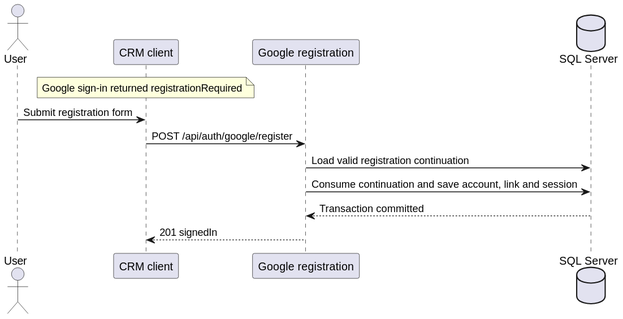
Earlier version of the PlantUML export docs/technical_docs/backend_docs/user_stories/us_073/diagrams/register-with-google.svg (JStec0312/Tutoring-CRM-System).
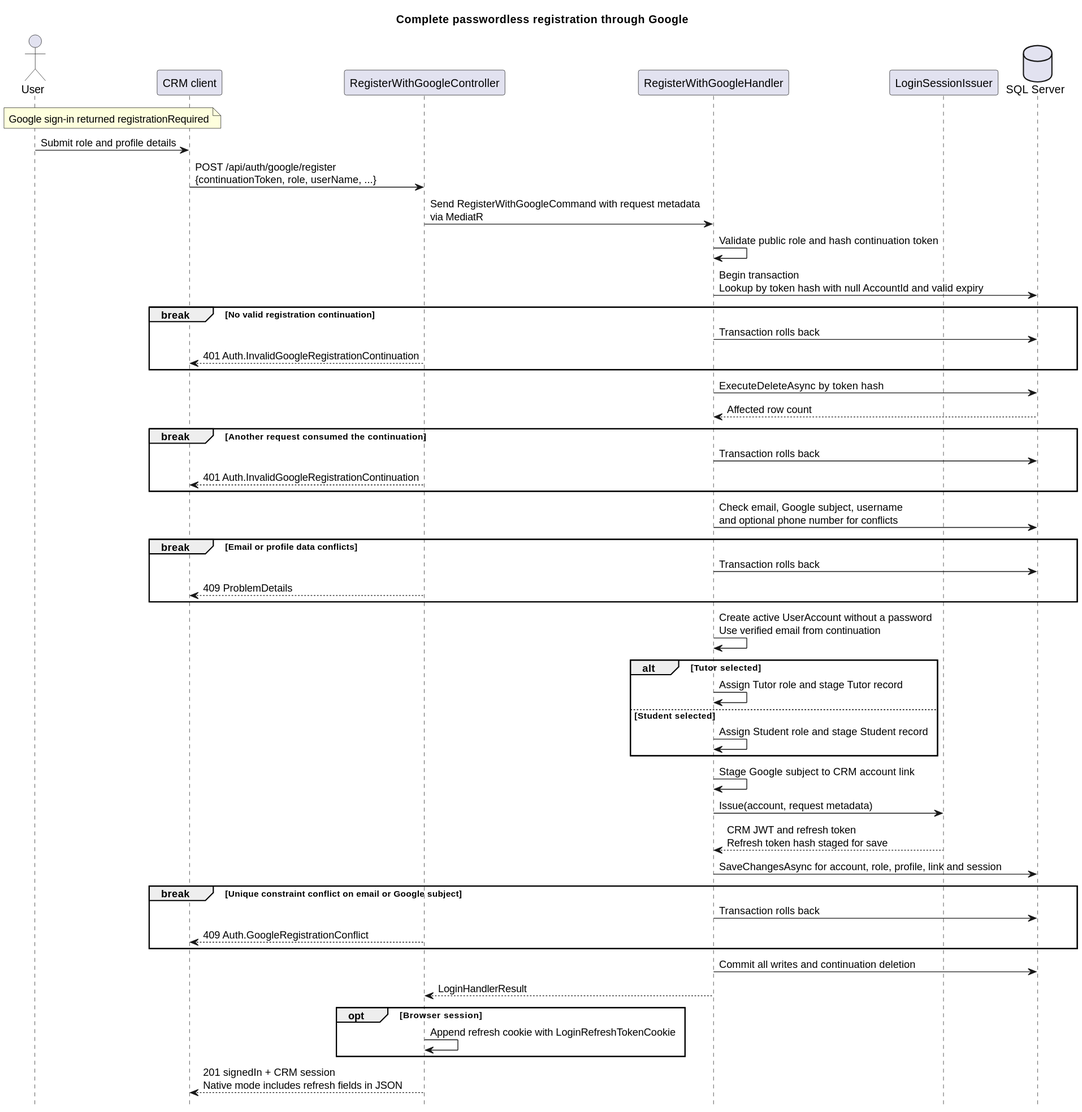
After the change.

Diff of the diagram source:
```diff
@@ -1,14 +1,53 @@
 @startuml
+title Complete passwordless registration through Google
+hide footbox
+
 actor User
 participant "CRM client" as Client
-participant "Google registration" as Registration
+participant RegisterWithGoogleController as Controller
+participant RegisterWithGoogleHandler as Handler
+participant LoginSessionIssuer as Session
 database "SQL Server" as Database
 
-note over Client: Google sign-in returned registrationRequired
-User -> Client: Submit registration form
-Client -> Registration: POST /api/auth/google/register
-Registration -> Database: Load valid registration continuation
-Registration -> Database: Consume continuation and save account, link and session
-Database --> Registration: Transaction committed
-Registration --> Client: 201 signedIn
+note over User,Client: Google sign-in returned registrationRequired
+User -> Client: Submit role and profile details
+Client -> Controller: POST /api/auth/google/register\n{continuationToken, role, userName, ...}
+Controller -> Handler: Send RegisterWithGoogleCommand with request metadata\nvia MediatR
+Handler -> Handler: Validate public role and hash continuation token
+Handler -> Database: Begin transaction\nLookup by token hash with null AccountId and valid expiry
+break No valid registration continuation
+    Handler -> Database: Transaction rolls back
+    Controller --> Client: 401 Auth.InvalidGoogleRegistrationContinuation
+end
+Handler -> Database: ExecuteDeleteAsync by token hash
+Database --> Handler: Affected row count
+break Another request consumed the continuation
+    Handler -> Database: Transaction rolls back
+    Controller --> Client: 401 Auth.InvalidGoogleRegistrationContinuation
+end
+Handler -> Database: Check email, Google subject, username\nand optional phone number for conflicts
+break Email or profile data conflicts
+    Handler -> Database: Transaction rolls back
+    Controller --> Client: 409 ProblemDetails
+end
+Handler -> Handler: Create active UserAccount without a password\nUse verified email from continuation
+alt Tutor selected
+    Handler -> Handler: Assign Tutor role and stage Tutor record
+else Student selected
+    Handler -> Handler: Assign Student role and stage Student record
+end
+Handler -> Handler: Stage Google subject to CRM account link
+Handler -> Session: Issue(account, request metadata)
+Session --> Handler: CRM JWT and refresh token\nRefresh token hash staged for save
+Handler -> Database: SaveChangesAsync for account, role, profile, link and session
+break Unique constraint conflict on email or Google subject
+    Handler -> Database: Transaction rolls back
+    Controller --> Client: 409 Auth.GoogleRegistrationConflict
+end
+Handler -> Database: Commit all writes and continuation deletion
+Handler --> Controller: LoginHandlerResult
+opt Browser session
+    Controller -> Controller: Append refresh cookie with LoginRefreshTokenCookie
+end
+Controller --> Client: 201 signedIn + CRM session\nNative mode includes refresh fields in JSON
 @enduml
```
